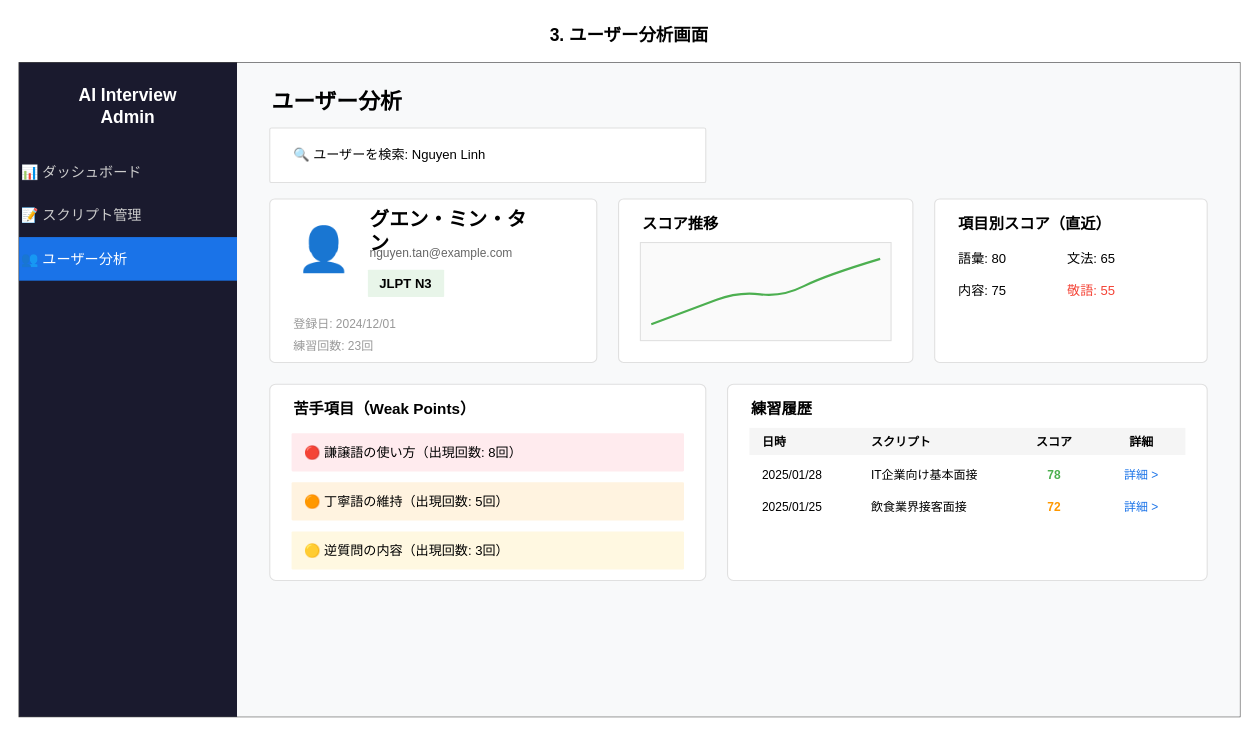
The draw.io diagram docs/images/画面設計書_3.3_ユーザー分析.drawio in yoshidasendai115/ai-interview, before the edit. Source tidied: cells renumbered, new cells numbered last; positions are measured from the earlier drawing's top-left corner, leaving out a move shared by most shapes. Both pictures are drawn from the tidied source at 109%, with x=0, y=0 at pixel (19, 19).
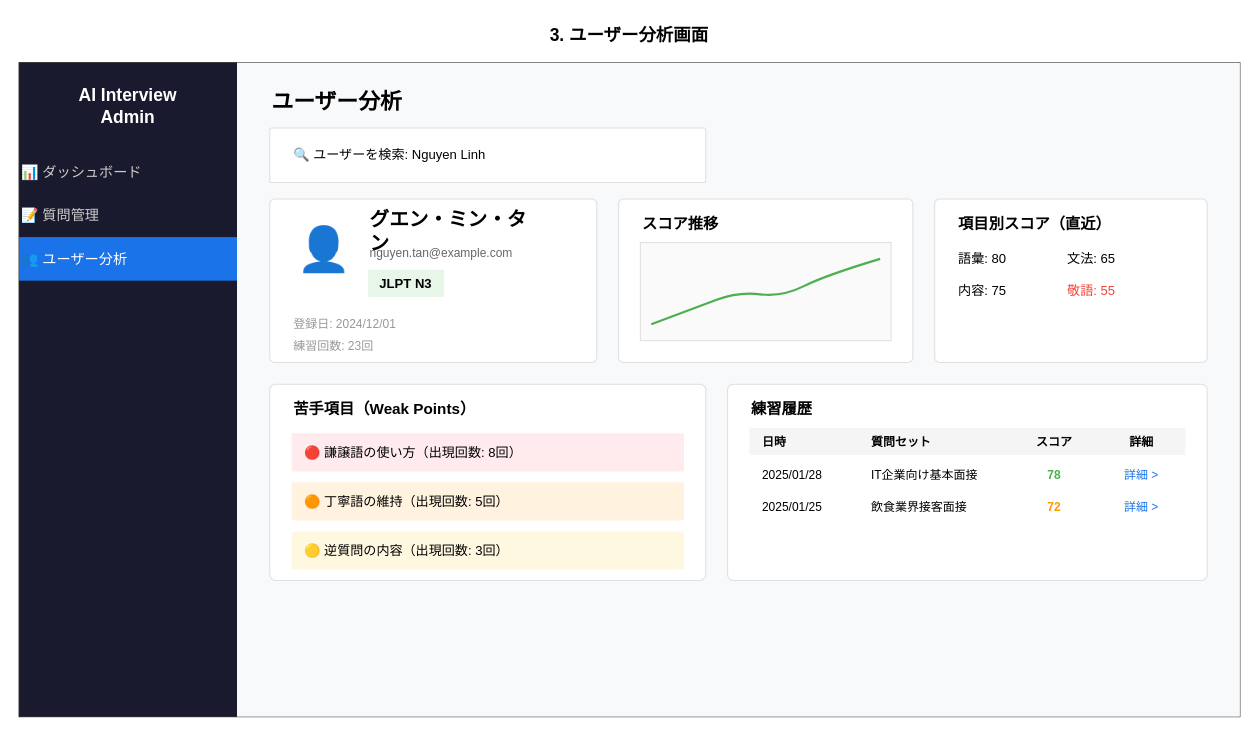
Above is the later version.

Change to the diagram source:
```diff
@@
-    <mxCell id="6" value="📝 スクリプト管理" style="text;html=1;strokeColor=none;fillColor=none;align=left;verticalAlign=middle;whiteSpace=wrap;rounded=0;fontSize=13;fontColor=#cccccc;" parent="1" vertex="1">
+    <mxCell id="6" value="📝 質問管理" style="text;html=1;strokeColor=none;fillColor=none;align=left;verticalAlign=middle;whiteSpace=wrap;rounded=0;fontSize=13;fontColor=#cccccc;" parent="1" vertex="1">
       <mxGeometry y="160" width="200" height="40" as="geometry" />
     </mxCell>
@@
-    <mxCell id="41" value="スクリプト" style="text;html=1;strokeColor=none;fillColor=none;align=left;verticalAlign=middle;whiteSpace=wrap;rounded=0;fontSize=11;fontStyle=1;" parent="1" vertex="1">
+    <mxCell id="41" value="質問セット" style="text;html=1;strokeColor=none;fillColor=none;align=left;verticalAlign=middle;whiteSpace=wrap;rounded=0;fontSize=11;fontStyle=1;" parent="1" vertex="1">
       <mxGeometry x="780" y="375" width="120" height="25" as="geometry" />
     </mxCell>
```
